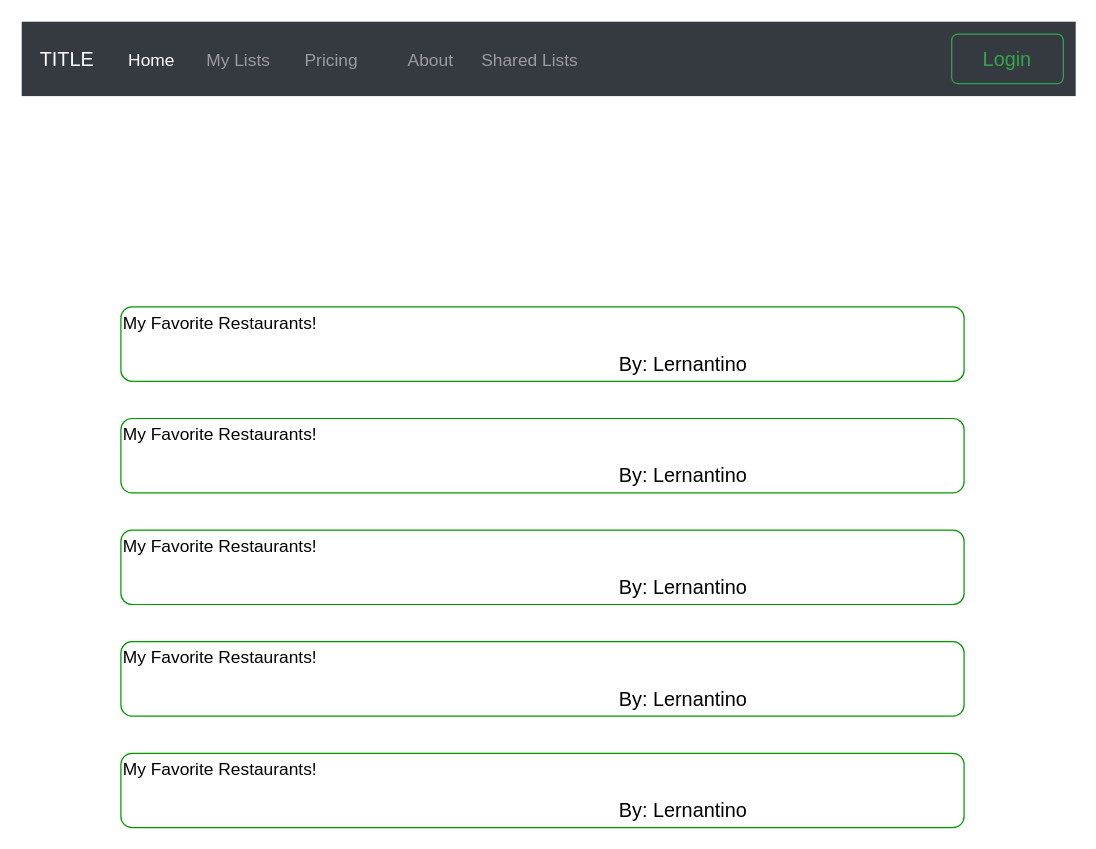
Earlier version of the draw.io diagram page "Shared-Lists" (4 of 6) of wireframe/wireframe.drawio (EyesackEl/the-ranDUMBizer). Source tidied: cells renumbered, new cells numbered last; positions are measured from the earlier drawing's top-left corner, leaving out a move shared by most shapes. Both pictures are drawn from the tidied source at 124%, with x=0, y=0 at pixel (21, 21).
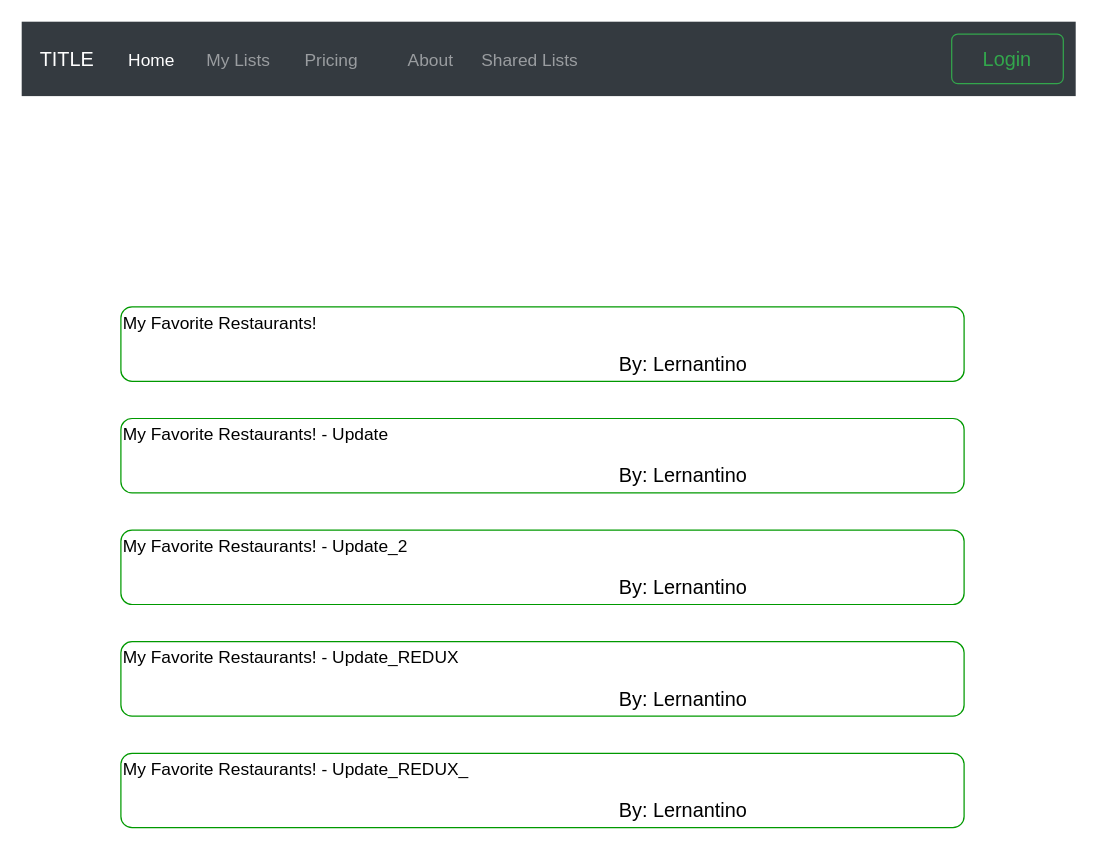
The same page after the edit.

What changed in the source:
```diff
@@
 <mxGraphModel>
   <root>
     <mxCell id="0" />
     <mxCell id="1" parent="0" />
     <mxCell id="2" value="TITLE" style="html=1;shadow=0;dashed=0;fillColor=#343A40;strokeColor=none;fontSize=16;fontColor=#ffffff;align=left;spacing=15;" parent="1" vertex="1">
       <mxGeometry width="850" height="60" as="geometry" />
     </mxCell>
     <mxCell id="3" value="Home" style="fillColor=none;strokeColor=none;fontSize=14;fontColor=#ffffff;align=center;" parent="2" vertex="1">
       <mxGeometry width="70" height="40" relative="1" as="geometry">
         <mxPoint x="70" y="10" as="offset" />
       </mxGeometry>
     </mxCell>
     <mxCell id="4" value="My Lists" style="fillColor=none;strokeColor=none;fontSize=14;fontColor=#9A9DA0;align=center;" parent="2" vertex="1">
       <mxGeometry width="70" height="40" relative="1" as="geometry">
         <mxPoint x="140" y="10" as="offset" />
       </mxGeometry>
     </mxCell>
     <mxCell id="5" value="Pricing" style="fillColor=none;strokeColor=none;fontSize=14;fontColor=#9A9DA0;align=center;spacingRight=0;" parent="2" vertex="1">
       <mxGeometry width="80" height="40" relative="1" as="geometry">
         <mxPoint x="210" y="10" as="offset" />
       </mxGeometry>
     </mxCell>
     <mxCell id="6" value="About" style="fillColor=none;strokeColor=none;fontSize=14;fontColor=#9A9DA0;align=center;" parent="2" vertex="1">
       <mxGeometry width="80" height="40" relative="1" as="geometry">
         <mxPoint x="290" y="10" as="offset" />
       </mxGeometry>
     </mxCell>
     <mxCell id="7" value="Shared Lists" style="fillColor=none;strokeColor=none;fontSize=14;fontColor=#9A9DA0;align=center;" parent="2" vertex="1">
       <mxGeometry x="370" y="10" width="80" height="40" as="geometry" />
     </mxCell>
     <mxCell id="8" value="Login" style="html=1;shadow=0;dashed=0;shape=mxgraph.bootstrap.rrect;rSize=5;strokeColor=#33A64C;strokeWidth=1;fillColor=none;fontColor=#33A64C;whiteSpace=wrap;align=center;verticalAlign=middle;spacingLeft=0;fontStyle=0;fontSize=16;spacing=5;" parent="2" vertex="1">
       <mxGeometry x="750" y="10" width="90" height="40" as="geometry" />
     </mxCell>
     <mxCell id="9" value="&lt;div&gt;&lt;font style=&quot;font-size: 14px&quot;&gt;My Favorite Restaurants!&lt;/font&gt;&lt;/div&gt;&lt;font&gt;&lt;div&gt;&lt;span style=&quot;font-size: 12px&quot;&gt;&lt;br&gt;&lt;/span&gt;&lt;/div&gt;&lt;/font&gt;&lt;blockquote style=&quot;margin: 0 0 0 40px ; border: none ; padding: 0px&quot;&gt;&lt;blockquote style=&quot;margin: 0 0 0 40px ; border: none ; padding: 0px&quot;&gt;&lt;blockquote style=&quot;margin: 0 0 0 40px ; border: none ; padding: 0px&quot;&gt;&lt;blockquote style=&quot;margin: 0 0 0 40px ; border: none ; padding: 0px&quot;&gt;&lt;blockquote style=&quot;margin: 0 0 0 40px ; border: none ; padding: 0px&quot;&gt;&lt;blockquote style=&quot;margin: 0 0 0 40px ; border: none ; padding: 0px&quot;&gt;&lt;blockquote style=&quot;margin: 0 0 0 40px ; border: none ; padding: 0px&quot;&gt;&lt;blockquote style=&quot;margin: 0 0 0 40px ; border: none ; padding: 0px&quot;&gt;&lt;blockquote style=&quot;margin: 0 0 0 40px ; border: none ; padding: 0px&quot;&gt;&lt;blockquote style=&quot;margin: 0 0 0 40px ; border: none ; padding: 0px&quot;&gt;&lt;div&gt;&lt;font size=&quot;3&quot;&gt;By: Lernantino&lt;/font&gt;&lt;/div&gt;&lt;/blockquote&gt;&lt;/blockquote&gt;&lt;/blockquote&gt;&lt;/blockquote&gt;&lt;/blockquote&gt;&lt;/blockquote&gt;&lt;/blockquote&gt;&lt;/blockquote&gt;&lt;/blockquote&gt;&lt;/blockquote&gt;" style="rounded=1;whiteSpace=wrap;html=1;fontSize=11;strokeColor=#009900;align=left;" parent="1" vertex="1">
       <mxGeometry x="80" y="230" width="680" height="60" as="geometry" />
     </mxCell>
-    <mxCell id="10" value="&lt;div&gt;&lt;font style=&quot;font-size: 14px&quot;&gt;My Favorite Restaurants!&lt;/font&gt;&lt;/div&gt;&lt;font&gt;&lt;div&gt;&lt;span style=&quot;font-size: 12px&quot;&gt;&lt;br&gt;&lt;/span&gt;&lt;/div&gt;&lt;/font&gt;&lt;blockquote style=&quot;margin: 0 0 0 40px ; border: none ; padding: 0px&quot;&gt;&lt;blockquote style=&quot;margin: 0 0 0 40px ; border: none ; padding: 0px&quot;&gt;&lt;blockquote style=&quot;margin: 0 0 0 40px ; border: none ; padding: 0px&quot;&gt;&lt;blockquote style=&quot;margin: 0 0 0 40px ; border: none ; padding: 0px&quot;&gt;&lt;blockquote style=&quot;margin: 0 0 0 40px ; border: none ; padding: 0px&quot;&gt;&lt;blockquote style=&quot;margin: 0 0 0 40px ; border: none ; padding: 0px&quot;&gt;&lt;blockquote style=&quot;margin: 0 0 0 40px ; border: none ; padding: 0px&quot;&gt;&lt;blockquote style=&quot;margin: 0 0 0 40px ; border: none ; padding: 0px&quot;&gt;&lt;blockquote style=&quot;margin: 0 0 0 40px ; border: none ; padding: 0px&quot;&gt;&lt;blockquote style=&quot;margin: 0 0 0 40px ; border: none ; padding: 0px&quot;&gt;&lt;div&gt;&lt;font size=&quot;3&quot;&gt;By: Lernantino&lt;/font&gt;&lt;/div&gt;&lt;/blockquote&gt;&lt;/blockquote&gt;&lt;/blockquote&gt;&lt;/blockquote&gt;&lt;/blockquote&gt;&lt;/blockquote&gt;&lt;/blockquote&gt;&lt;/blockquote&gt;&lt;/blockquote&gt;&lt;/blockquote&gt;" style="rounded=1;whiteSpace=wrap;html=1;fontSize=11;strokeColor=#009900;align=left;" parent="1" vertex="1">
+    <mxCell id="10" value="&lt;div&gt;&lt;font style=&quot;font-size: 14px&quot;&gt;My Favorite Restaurants! - Update&lt;/font&gt;&lt;/div&gt;&lt;font&gt;&lt;div&gt;&lt;span style=&quot;font-size: 12px&quot;&gt;&lt;br&gt;&lt;/span&gt;&lt;/div&gt;&lt;/font&gt;&lt;blockquote style=&quot;margin: 0 0 0 40px ; border: none ; padding: 0px&quot;&gt;&lt;blockquote style=&quot;margin: 0 0 0 40px ; border: none ; padding: 0px&quot;&gt;&lt;blockquote style=&quot;margin: 0 0 0 40px ; border: none ; padding: 0px&quot;&gt;&lt;blockquote style=&quot;margin: 0 0 0 40px ; border: none ; padding: 0px&quot;&gt;&lt;blockquote style=&quot;margin: 0 0 0 40px ; border: none ; padding: 0px&quot;&gt;&lt;blockquote style=&quot;margin: 0 0 0 40px ; border: none ; padding: 0px&quot;&gt;&lt;blockquote style=&quot;margin: 0 0 0 40px ; border: none ; padding: 0px&quot;&gt;&lt;blockquote style=&quot;margin: 0 0 0 40px ; border: none ; padding: 0px&quot;&gt;&lt;blockquote style=&quot;margin: 0 0 0 40px ; border: none ; padding: 0px&quot;&gt;&lt;blockquote style=&quot;margin: 0 0 0 40px ; border: none ; padding: 0px&quot;&gt;&lt;div&gt;&lt;font size=&quot;3&quot;&gt;By: Lernantino&lt;/font&gt;&lt;/div&gt;&lt;/blockquote&gt;&lt;/blockquote&gt;&lt;/blockquote&gt;&lt;/blockquote&gt;&lt;/blockquote&gt;&lt;/blockquote&gt;&lt;/blockquote&gt;&lt;/blockquote&gt;&lt;/blockquote&gt;&lt;/blockquote&gt;" style="rounded=1;whiteSpace=wrap;html=1;fontSize=11;strokeColor=#009900;align=left;" parent="1" vertex="1">
       <mxGeometry x="80" y="320" width="680" height="60" as="geometry" />
     </mxCell>
-    <mxCell id="11" value="&lt;div&gt;&lt;font style=&quot;font-size: 14px&quot;&gt;My Favorite Restaurants!&lt;/font&gt;&lt;/div&gt;&lt;font&gt;&lt;div&gt;&lt;span style=&quot;font-size: 12px&quot;&gt;&lt;br&gt;&lt;/span&gt;&lt;/div&gt;&lt;/font&gt;&lt;blockquote style=&quot;margin: 0 0 0 40px ; border: none ; padding: 0px&quot;&gt;&lt;blockquote style=&quot;margin: 0 0 0 40px ; border: none ; padding: 0px&quot;&gt;&lt;blockquote style=&quot;margin: 0 0 0 40px ; border: none ; padding: 0px&quot;&gt;&lt;blockquote style=&quot;margin: 0 0 0 40px ; border: none ; padding: 0px&quot;&gt;&lt;blockquote style=&quot;margin: 0 0 0 40px ; border: none ; padding: 0px&quot;&gt;&lt;blockquote style=&quot;margin: 0 0 0 40px ; border: none ; padding: 0px&quot;&gt;&lt;blockquote style=&quot;margin: 0 0 0 40px ; border: none ; padding: 0px&quot;&gt;&lt;blockquote style=&quot;margin: 0 0 0 40px ; border: none ; padding: 0px&quot;&gt;&lt;blockquote style=&quot;margin: 0 0 0 40px ; border: none ; padding: 0px&quot;&gt;&lt;blockquote style=&quot;margin: 0 0 0 40px ; border: none ; padding: 0px&quot;&gt;&lt;div&gt;&lt;font size=&quot;3&quot;&gt;By: Lernantino&lt;/font&gt;&lt;/div&gt;&lt;/blockquote&gt;&lt;/blockquote&gt;&lt;/blockquote&gt;&lt;/blockquote&gt;&lt;/blockquote&gt;&lt;/blockquote&gt;&lt;/blockquote&gt;&lt;/blockquote&gt;&lt;/blockquote&gt;&lt;/blockquote&gt;" style="rounded=1;whiteSpace=wrap;html=1;fontSize=11;strokeColor=#009900;align=left;" parent="1" vertex="1">
+    <mxCell id="11" value="&lt;div&gt;&lt;font style=&quot;font-size: 14px&quot;&gt;My Favorite Restaurants! - Update_2&lt;/font&gt;&lt;/div&gt;&lt;font&gt;&lt;div&gt;&lt;span style=&quot;font-size: 12px&quot;&gt;&lt;br&gt;&lt;/span&gt;&lt;/div&gt;&lt;/font&gt;&lt;blockquote style=&quot;margin: 0 0 0 40px ; border: none ; padding: 0px&quot;&gt;&lt;blockquote style=&quot;margin: 0 0 0 40px ; border: none ; padding: 0px&quot;&gt;&lt;blockquote style=&quot;margin: 0 0 0 40px ; border: none ; padding: 0px&quot;&gt;&lt;blockquote style=&quot;margin: 0 0 0 40px ; border: none ; padding: 0px&quot;&gt;&lt;blockquote style=&quot;margin: 0 0 0 40px ; border: none ; padding: 0px&quot;&gt;&lt;blockquote style=&quot;margin: 0 0 0 40px ; border: none ; padding: 0px&quot;&gt;&lt;blockquote style=&quot;margin: 0 0 0 40px ; border: none ; padding: 0px&quot;&gt;&lt;blockquote style=&quot;margin: 0 0 0 40px ; border: none ; padding: 0px&quot;&gt;&lt;blockquote style=&quot;margin: 0 0 0 40px ; border: none ; padding: 0px&quot;&gt;&lt;blockquote style=&quot;margin: 0 0 0 40px ; border: none ; padding: 0px&quot;&gt;&lt;div&gt;&lt;font size=&quot;3&quot;&gt;By: Lernantino&lt;/font&gt;&lt;/div&gt;&lt;/blockquote&gt;&lt;/blockquote&gt;&lt;/blockquote&gt;&lt;/blockquote&gt;&lt;/blockquote&gt;&lt;/blockquote&gt;&lt;/blockquote&gt;&lt;/blockquote&gt;&lt;/blockquote&gt;&lt;/blockquote&gt;" style="rounded=1;whiteSpace=wrap;html=1;fontSize=11;strokeColor=#009900;align=left;" parent="1" vertex="1">
       <mxGeometry x="80" y="410" width="680" height="60" as="geometry" />
     </mxCell>
-    <mxCell id="12" value="&lt;div&gt;&lt;font style=&quot;font-size: 14px&quot;&gt;My Favorite Restaurants!&lt;/font&gt;&lt;/div&gt;&lt;font&gt;&lt;div&gt;&lt;span style=&quot;font-size: 12px&quot;&gt;&lt;br&gt;&lt;/span&gt;&lt;/div&gt;&lt;/font&gt;&lt;blockquote style=&quot;margin: 0 0 0 40px ; border: none ; padding: 0px&quot;&gt;&lt;blockquote style=&quot;margin: 0 0 0 40px ; border: none ; padding: 0px&quot;&gt;&lt;blockquote style=&quot;margin: 0 0 0 40px ; border: none ; padding: 0px&quot;&gt;&lt;blockquote style=&quot;margin: 0 0 0 40px ; border: none ; padding: 0px&quot;&gt;&lt;blockquote style=&quot;margin: 0 0 0 40px ; border: none ; padding: 0px&quot;&gt;&lt;blockquote style=&quot;margin: 0 0 0 40px ; border: none ; padding: 0px&quot;&gt;&lt;blockquote style=&quot;margin: 0 0 0 40px ; border: none ; padding: 0px&quot;&gt;&lt;blockquote style=&quot;margin: 0 0 0 40px ; border: none ; padding: 0px&quot;&gt;&lt;blockquote style=&quot;margin: 0 0 0 40px ; border: none ; padding: 0px&quot;&gt;&lt;blockquote style=&quot;margin: 0 0 0 40px ; border: none ; padding: 0px&quot;&gt;&lt;div&gt;&lt;font size=&quot;3&quot;&gt;By: Lernantino&lt;/font&gt;&lt;/div&gt;&lt;/blockquote&gt;&lt;/blockquote&gt;&lt;/blockquote&gt;&lt;/blockquote&gt;&lt;/blockquote&gt;&lt;/blockquote&gt;&lt;/blockquote&gt;&lt;/blockquote&gt;&lt;/blockquote&gt;&lt;/blockquote&gt;" style="rounded=1;whiteSpace=wrap;html=1;fontSize=11;strokeColor=#009900;align=left;" parent="1" vertex="1">
+    <mxCell id="12" value="&lt;div&gt;&lt;font style=&quot;font-size: 14px&quot;&gt;My Favorite Restaurants! - Update_REDUX&lt;/font&gt;&lt;/div&gt;&lt;font&gt;&lt;div&gt;&lt;span style=&quot;font-size: 12px&quot;&gt;&lt;br&gt;&lt;/span&gt;&lt;/div&gt;&lt;/font&gt;&lt;blockquote style=&quot;margin: 0 0 0 40px ; border: none ; padding: 0px&quot;&gt;&lt;blockquote style=&quot;margin: 0 0 0 40px ; border: none ; padding: 0px&quot;&gt;&lt;blockquote style=&quot;margin: 0 0 0 40px ; border: none ; padding: 0px&quot;&gt;&lt;blockquote style=&quot;margin: 0 0 0 40px ; border: none ; padding: 0px&quot;&gt;&lt;blockquote style=&quot;margin: 0 0 0 40px ; border: none ; padding: 0px&quot;&gt;&lt;blockquote style=&quot;margin: 0 0 0 40px ; border: none ; padding: 0px&quot;&gt;&lt;blockquote style=&quot;margin: 0 0 0 40px ; border: none ; padding: 0px&quot;&gt;&lt;blockquote style=&quot;margin: 0 0 0 40px ; border: none ; padding: 0px&quot;&gt;&lt;blockquote style=&quot;margin: 0 0 0 40px ; border: none ; padding: 0px&quot;&gt;&lt;blockquote style=&quot;margin: 0 0 0 40px ; border: none ; padding: 0px&quot;&gt;&lt;div&gt;&lt;font size=&quot;3&quot;&gt;By: Lernantino&lt;/font&gt;&lt;/div&gt;&lt;/blockquote&gt;&lt;/blockquote&gt;&lt;/blockquote&gt;&lt;/blockquote&gt;&lt;/blockquote&gt;&lt;/blockquote&gt;&lt;/blockquote&gt;&lt;/blockquote&gt;&lt;/blockquote&gt;&lt;/blockquote&gt;" style="rounded=1;whiteSpace=wrap;html=1;fontSize=11;strokeColor=#009900;align=left;" parent="1" vertex="1">
       <mxGeometry x="80" y="500" width="680" height="60" as="geometry" />
     </mxCell>
-    <mxCell id="13" value="&lt;div&gt;&lt;font style=&quot;font-size: 14px&quot;&gt;My Favorite Restaurants!&lt;/font&gt;&lt;/div&gt;&lt;font&gt;&lt;div&gt;&lt;span style=&quot;font-size: 12px&quot;&gt;&lt;br&gt;&lt;/span&gt;&lt;/div&gt;&lt;/font&gt;&lt;blockquote style=&quot;margin: 0 0 0 40px ; border: none ; padding: 0px&quot;&gt;&lt;blockquote style=&quot;margin: 0 0 0 40px ; border: none ; padding: 0px&quot;&gt;&lt;blockquote style=&quot;margin: 0 0 0 40px ; border: none ; padding: 0px&quot;&gt;&lt;blockquote style=&quot;margin: 0 0 0 40px ; border: none ; padding: 0px&quot;&gt;&lt;blockquote style=&quot;margin: 0 0 0 40px ; border: none ; padding: 0px&quot;&gt;&lt;blockquote style=&quot;margin: 0 0 0 40px ; border: none ; padding: 0px&quot;&gt;&lt;blockquote style=&quot;margin: 0 0 0 40px ; border: none ; padding: 0px&quot;&gt;&lt;blockquote style=&quot;margin: 0 0 0 40px ; border: none ; padding: 0px&quot;&gt;&lt;blockquote style=&quot;margin: 0 0 0 40px ; border: none ; padding: 0px&quot;&gt;&lt;blockquote style=&quot;margin: 0 0 0 40px ; border: none ; padding: 0px&quot;&gt;&lt;div&gt;&lt;font size=&quot;3&quot;&gt;By: Lernantino&lt;/font&gt;&lt;/div&gt;&lt;/blockquote&gt;&lt;/blockquote&gt;&lt;/blockquote&gt;&lt;/blockquote&gt;&lt;/blockquote&gt;&lt;/blockquote&gt;&lt;/blockquote&gt;&lt;/blockquote&gt;&lt;/blockquote&gt;&lt;/blockquote&gt;" style="rounded=1;whiteSpace=wrap;html=1;fontSize=11;strokeColor=#009900;align=left;" parent="1" vertex="1">
+    <mxCell id="13" value="&lt;div&gt;&lt;font style=&quot;font-size: 14px&quot;&gt;My Favorite Restaurants! - Update_REDUX_&lt;/font&gt;&lt;/div&gt;&lt;font&gt;&lt;div&gt;&lt;span style=&quot;font-size: 12px&quot;&gt;&lt;br&gt;&lt;/span&gt;&lt;/div&gt;&lt;/font&gt;&lt;blockquote style=&quot;margin: 0 0 0 40px ; border: none ; padding: 0px&quot;&gt;&lt;blockquote style=&quot;margin: 0 0 0 40px ; border: none ; padding: 0px&quot;&gt;&lt;blockquote style=&quot;margin: 0 0 0 40px ; border: none ; padding: 0px&quot;&gt;&lt;blockquote style=&quot;margin: 0 0 0 40px ; border: none ; padding: 0px&quot;&gt;&lt;blockquote style=&quot;margin: 0 0 0 40px ; border: none ; padding: 0px&quot;&gt;&lt;blockquote style=&quot;margin: 0 0 0 40px ; border: none ; padding: 0px&quot;&gt;&lt;blockquote style=&quot;margin: 0 0 0 40px ; border: none ; padding: 0px&quot;&gt;&lt;blockquote style=&quot;margin: 0 0 0 40px ; border: none ; padding: 0px&quot;&gt;&lt;blockquote style=&quot;margin: 0 0 0 40px ; border: none ; padding: 0px&quot;&gt;&lt;blockquote style=&quot;margin: 0 0 0 40px ; border: none ; padding: 0px&quot;&gt;&lt;div&gt;&lt;font size=&quot;3&quot;&gt;By: Lernantino&lt;/font&gt;&lt;/div&gt;&lt;/blockquote&gt;&lt;/blockquote&gt;&lt;/blockquote&gt;&lt;/blockquote&gt;&lt;/blockquote&gt;&lt;/blockquote&gt;&lt;/blockquote&gt;&lt;/blockquote&gt;&lt;/blockquote&gt;&lt;/blockquote&gt;" style="rounded=1;whiteSpace=wrap;html=1;fontSize=11;strokeColor=#009900;align=left;" parent="1" vertex="1">
       <mxGeometry x="80" y="590" width="680" height="60" as="geometry" />
     </mxCell>
   </root>
 </mxGraphModel>
```
